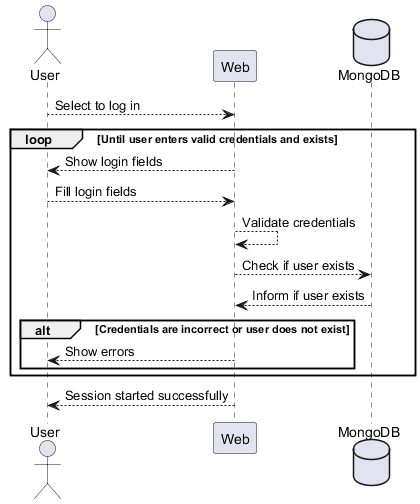
The PlantUML diagram images/LogIn.png in Arquisoft/wichat_en3b, before a commit.
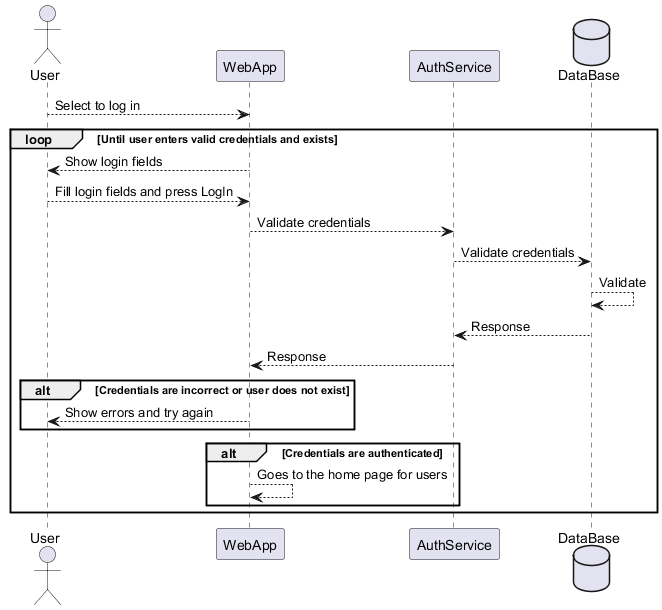
The same file after the commit.

The edit, as a diff of the source:
```diff
@@ -1,23 +1,30 @@
 @startuml
 actor User
-participant Web
-database MongoDB
+participant WebApp
+participant AuthService
+database DataBase
 
-User --> Web: Select to log in
+User --> WebApp: Select to log in
 
 loop Until user enters valid credentials and exists
-    Web --> User: Show login fields
-    User --> Web: Fill login fields
-    Web --> Web: Validate credentials
+
+    WebApp --> User: Show login fields
+    User --> WebApp: Fill login fields and press LogIn
+    WebApp --> AuthService: Validate credentials
+    AuthService --> DataBase: Validate credentials
+    DataBase --> DataBase: Validate
+    DataBase --> AuthService: Response
+    AuthService --> WebApp: Response
 
 
-    Web --> MongoDB: Check if user exists
-    MongoDB --> Web: Inform if user exists
+    alt Credentials are incorrect or user does not exist
+        WebApp --> User: Show errors and try again
+    end
 
-    alt Credentials are incorrect or user does not exist
-        Web --> User: Show errors
+    alt Credentials are authenticated
+        WebApp --> WebApp: Goes to the home page for users
     end
+
+
 end
-
-Web --> User: Session started successfully
 @enduml
```
